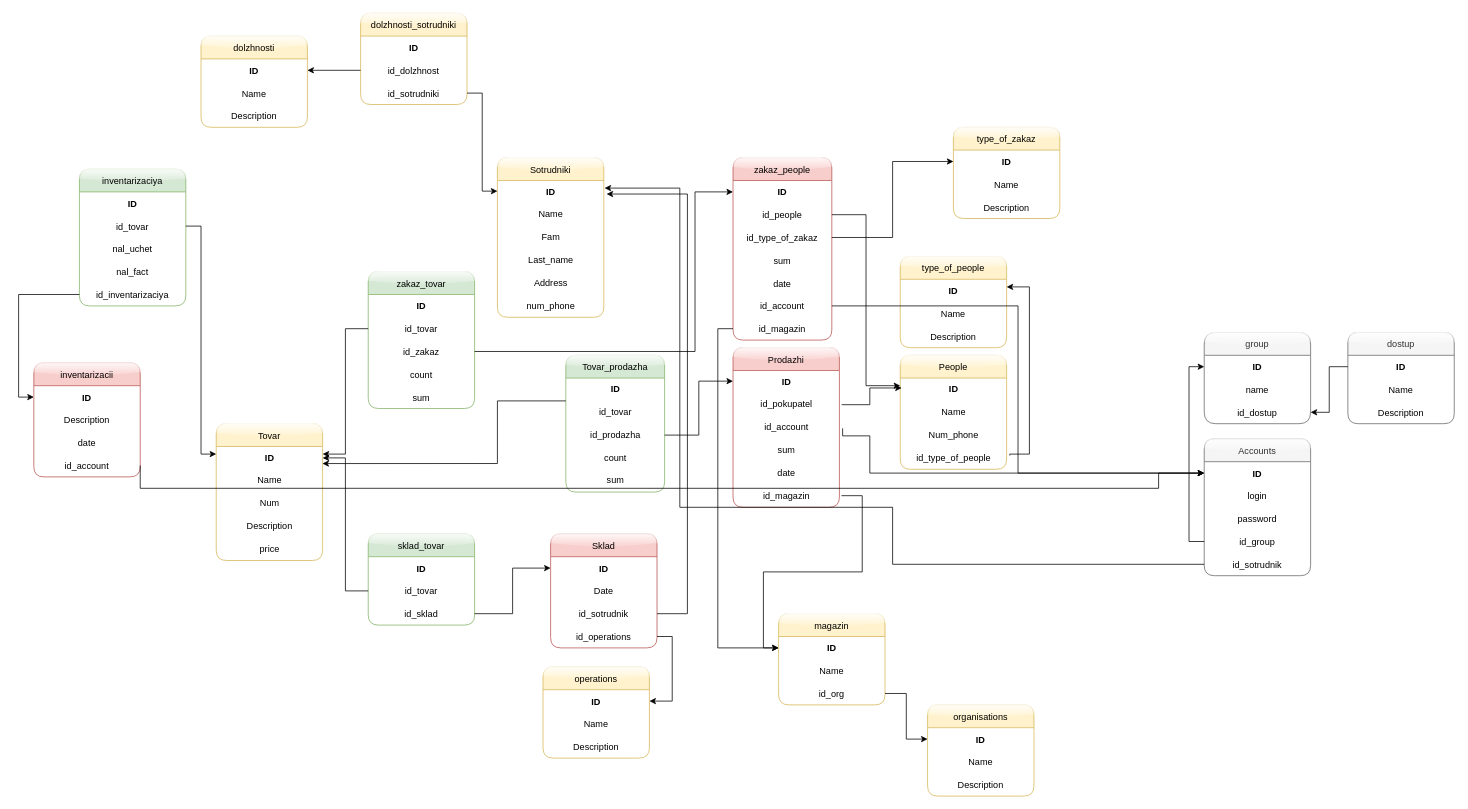
Before: Диаграмма без названия.drawio in OGdanik/db_diagrams, a draw.io diagram. Source tidied: cells renumbered, new cells numbered last; positions are measured from the earlier drawing's top-left corner, leaving out a move shared by most shapes. Both pictures are drawn from the tidied source at 76%, with x=0, y=0 at pixel (33, 13).
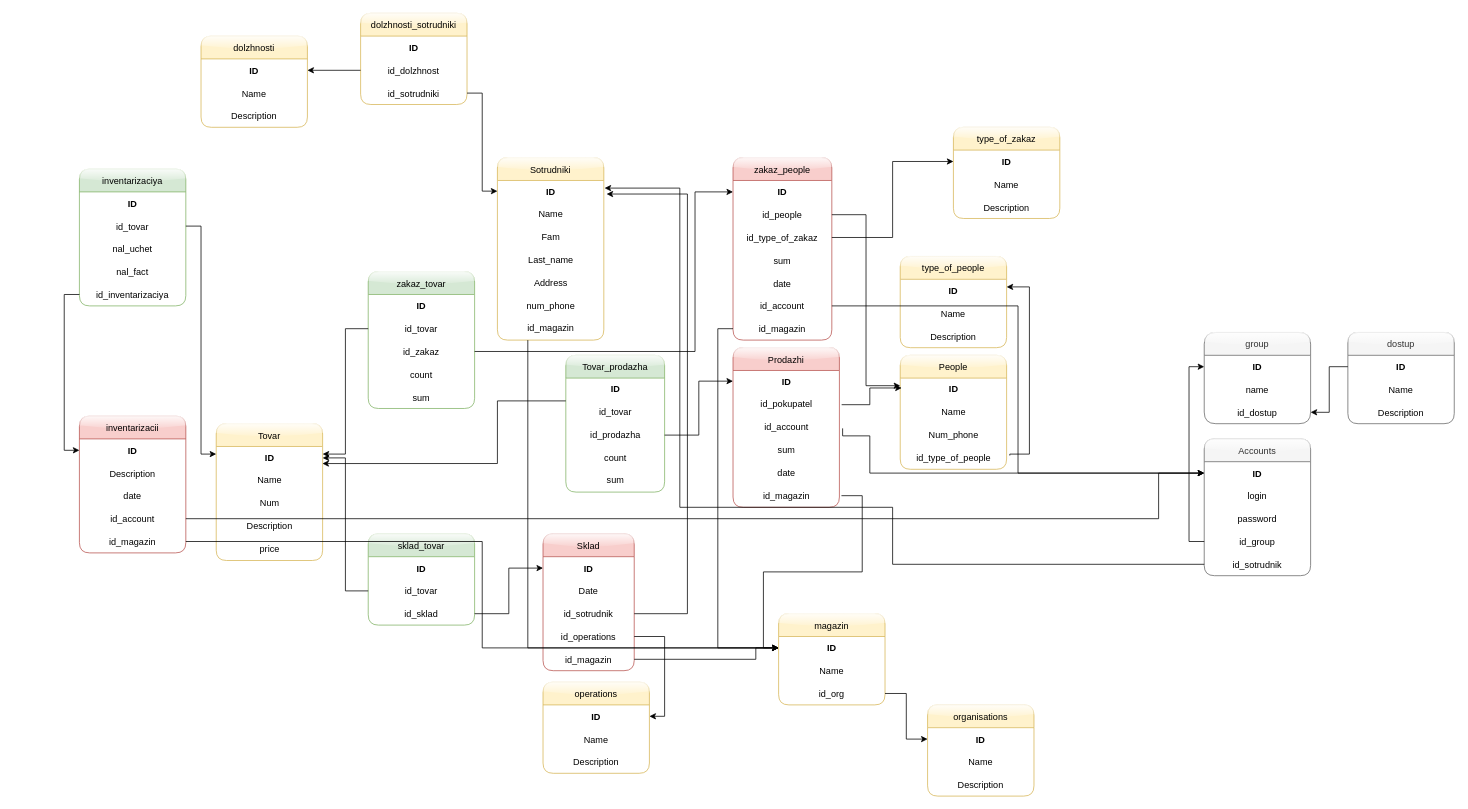
After the change.

The change refers to these unchanged cells:
```xml
<mxCell id="97" value="id_account" style="text;strokeColor=none;fillColor=none;align=center;verticalAlign=middle;spacingLeft=4;spacingRight=4;overflow=hidden;points=[[0,0.5],[1,0.5]];portConstraint=eastwest;rounded=1;shadow=0;glass=1;sketch=0;fontStyle=0;" parent="93" vertex="1">
  <mxGeometry y="120" width="140" height="30" as="geometry" />
</mxCell>
<mxCell id="100" value="ID" style="text;strokeColor=none;fillColor=none;align=center;verticalAlign=middle;spacingLeft=4;spacingRight=4;overflow=hidden;points=[[0,0.5],[1,0.5]];portConstraint=eastwest;rounded=1;shadow=0;glass=1;sketch=0;fontStyle=1;" parent="99" vertex="1">
  <mxGeometry y="30" width="140" height="30" as="geometry" />
</mxCell>
<mxCell id="120" value="ID" style="text;strokeColor=none;fillColor=none;align=center;verticalAlign=middle;spacingLeft=4;spacingRight=4;overflow=hidden;points=[[0,0.5],[1,0.5]];portConstraint=eastwest;rounded=1;shadow=0;glass=1;sketch=0;fontStyle=1;" parent="119" vertex="1">
  <mxGeometry y="30" width="140" height="30" as="geometry" />
</mxCell>
```

Change to the diagram source:
```diff
@@
     <mxCell id="30" value="Sotrudniki" style="swimlane;fontStyle=0;horizontal=1;startSize=30;fillColor=#fff2cc;strokeColor=#d6b656;gradientColor=none;swimlaneFillColor=default;rounded=1;shadow=0;sketch=0;glass=1;" parent="1" vertex="1">
-      <mxGeometry x="610" y="190" width="140" height="210" as="geometry" />
+      <mxGeometry x="610" y="190" width="140" height="240" as="geometry" />
     </mxCell>
@@
+    <mxCell id="134" value="id_magazin" style="text;html=1;align=center;verticalAlign=middle;points=[];strokeColor=none;fillColor=none;" parent="30" vertex="1">
+      <mxGeometry y="210" width="140" height="30" as="geometry" />
+    </mxCell>
@@
     <mxCell id="47" value="Sklad" style="swimlane;fontStyle=0;horizontal=1;startSize=30;rounded=1;shadow=0;glass=1;sketch=0;fillColor=#f8cecc;strokeColor=#b85450;swimlaneFillColor=default;" parent="1" vertex="1">
-      <mxGeometry x="680" y="685" width="140" height="150" as="geometry" />
+      <mxGeometry x="670" y="685" width="120" height="180" as="geometry" />
     </mxCell>
     <mxCell id="48" value="ID" style="text;strokeColor=none;fillColor=none;align=center;verticalAlign=middle;spacingLeft=4;spacingRight=4;overflow=hidden;points=[[0,0.5],[1,0.5]];portConstraint=eastwest;rounded=1;shadow=0;glass=1;sketch=0;fontStyle=1;" parent="47" vertex="1">
-      <mxGeometry y="30" width="140" height="30" as="geometry" />
+      <mxGeometry y="30" width="120" height="30" as="geometry" />
     </mxCell>
     <mxCell id="49" value="Date" style="text;strokeColor=none;fillColor=none;align=center;verticalAlign=middle;spacingLeft=4;spacingRight=4;overflow=hidden;rounded=1;shadow=0;glass=1;sketch=0;fontStyle=0;" parent="47" vertex="1">
-      <mxGeometry y="60" width="140" height="30" as="geometry" />
+      <mxGeometry y="60" width="120" height="30" as="geometry" />
     </mxCell>
     <mxCell id="50" value="id_sotrudnik" style="text;strokeColor=none;fillColor=none;align=center;verticalAlign=middle;spacingLeft=4;spacingRight=4;overflow=hidden;points=[[0,0.5],[1,0.5]];portConstraint=eastwest;rounded=1;shadow=0;glass=1;sketch=0;fontStyle=0;" parent="47" vertex="1">
-      <mxGeometry y="90" width="140" height="30" as="geometry" />
+      <mxGeometry y="90" width="120" height="30" as="geometry" />
     </mxCell>
     <mxCell id="51" value="id_operations" style="text;strokeColor=none;fillColor=none;align=center;verticalAlign=middle;spacingLeft=4;spacingRight=4;overflow=hidden;points=[[0,0.5],[1,0.5]];portConstraint=eastwest;rounded=1;shadow=0;glass=1;sketch=0;fontStyle=0;" parent="47" vertex="1">
-      <mxGeometry y="120" width="140" height="30" as="geometry" />
+      <mxGeometry y="120" width="120" height="30" as="geometry" />
     </mxCell>
+    <mxCell id="135" value="id_magazin" style="text;strokeColor=none;fillColor=none;align=center;verticalAlign=middle;spacingLeft=4;spacingRight=4;overflow=hidden;points=[[0,0.5],[1,0.5]];portConstraint=eastwest;rounded=1;shadow=0;glass=1;sketch=0;fontStyle=0;" parent="47" vertex="1">
+      <mxGeometry y="150" width="120" height="30" as="geometry" />
+    </mxCell>
     <mxCell id="52" value="operations" style="swimlane;fontStyle=0;horizontal=1;startSize=30;rounded=1;shadow=0;glass=1;sketch=0;gradientColor=none;fillColor=#fff2cc;strokeColor=#d6b656;swimlaneFillColor=default;" parent="1" vertex="1">
-      <mxGeometry x="670" y="860" width="140" height="120" as="geometry" />
+      <mxGeometry x="670" y="880" width="140" height="120" as="geometry" />
     </mxCell>
@@
     <mxCell id="93" value="inventarizacii" style="swimlane;fontStyle=0;horizontal=1;startSize=30;rounded=1;shadow=0;glass=1;sketch=0;fillColor=#f8cecc;strokeColor=#b85450;swimlaneFillColor=default;" parent="1" vertex="1">
-      <mxGeometry y="460" width="140" height="150" as="geometry" />
+      <mxGeometry x="60" y="530" width="140" height="180" as="geometry" />
     </mxCell>
@@
+    <mxCell id="136" value="id_magazin" style="text;strokeColor=none;fillColor=none;align=center;verticalAlign=middle;spacingLeft=4;spacingRight=4;overflow=hidden;points=[[0,0.5],[1,0.5]];portConstraint=eastwest;rounded=1;shadow=0;glass=1;sketch=0;fontStyle=0;" parent="93" vertex="1">
+      <mxGeometry y="150" width="140" height="30" as="geometry" />
+    </mxCell>
@@
     <mxCell id="130" style="edgeStyle=orthogonalEdgeStyle;rounded=0;jettySize=auto;html=1;exitX=1;exitY=0.5;exitDx=0;exitDy=0;entryX=0;entryY=0.5;entryDx=0;entryDy=0;" parent="1" edge="1" source="97" target="100">
       <mxGeometry relative="1" as="geometry">
         <Array as="points">
-          <mxPoint x="1480" y="625" />
+          <mxPoint x="1480" y="665" />
           <mxPoint x="1480" y="605" />
         </Array>
       </mxGeometry>
     </mxCell>
@@
+    <mxCell id="137" style="edgeStyle=orthogonalEdgeStyle;rounded=0;jettySize=auto;html=1;exitX=1;exitY=0.5;exitDx=0;exitDy=0;entryX=0;entryY=0.5;entryDx=0;entryDy=0;" parent="1" edge="1" source="135" target="120">
+      <mxGeometry relative="1" as="geometry">
+        <Array as="points">
+          <mxPoint x="950" y="850" />
+          <mxPoint x="950" y="835" />
+        </Array>
+      </mxGeometry>
+    </mxCell>
+    <mxCell id="138" style="edgeStyle=orthogonalEdgeStyle;rounded=0;jettySize=auto;html=1;" parent="1" edge="1" source="134" target="120">
+      <mxGeometry relative="1" as="geometry">
+        <Array as="points">
+          <mxPoint x="650" y="835" />
+        </Array>
+      </mxGeometry>
+    </mxCell>
+    <mxCell id="139" style="edgeStyle=orthogonalEdgeStyle;rounded=0;jettySize=auto;html=1;entryX=0;entryY=0.5;entryDx=0;entryDy=0;" parent="1" edge="1" source="136" target="120">
+      <mxGeometry relative="1" as="geometry" />
+    </mxCell>
```
